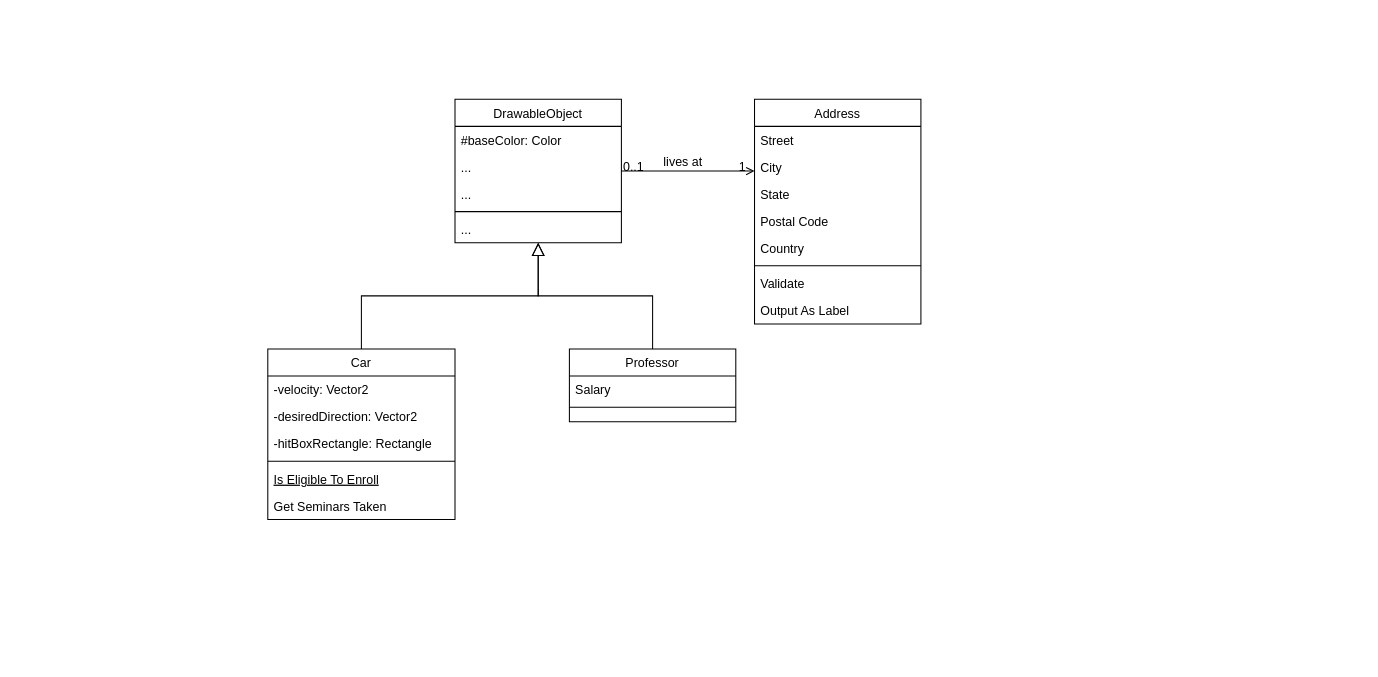
CommittingTreasonForGreatReason/NeuralNetwork2DCarController keeps this draw.io diagram as Class_Diagramm.drawio. Above is the earlier version. Source tidied: cells renumbered, new cells numbered last; positions are measured from the earlier drawing's top-left corner, leaving out a move shared by most shapes. Both pictures are drawn from the tidied source at 104%, with x=0, y=0 at pixel (267, 99).
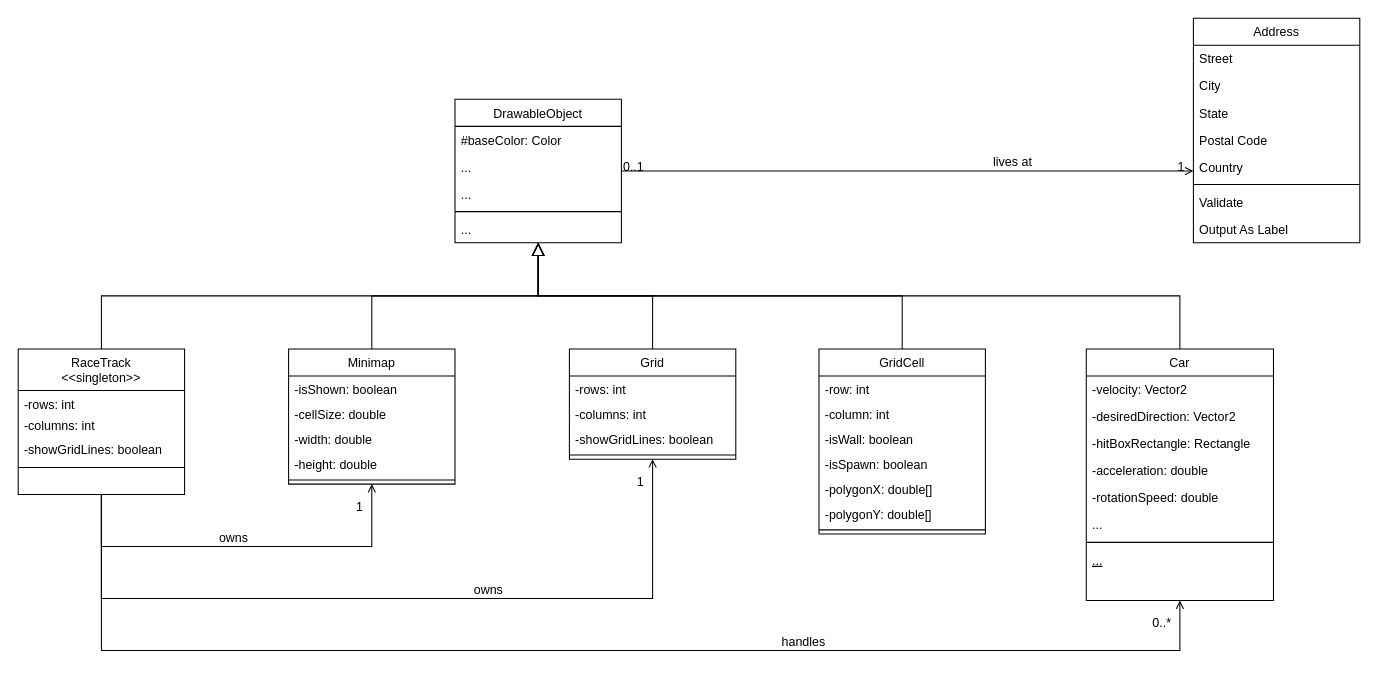
After the change.

Commit message (it also covers changes not shown here):
update class diagramm

The change refers to these unchanged cells:
```xml
<mxCell id="2" value="DrawableObject" style="swimlane;fontStyle=0;align=center;verticalAlign=top;horizontal=1;startSize=26;rounded=0;shadow=0;strokeWidth=1;" parent="1" vertex="1">
  <mxGeometry x="180" width="160" height="138" as="geometry" />
</mxCell>
```

Diff of the diagram source:
```diff
@@
     <mxCell id="8" value="Car" style="swimlane;fontStyle=0;align=center;verticalAlign=top;horizontal=1;startSize=26;rounded=0;shadow=0;strokeWidth=1;" parent="1" vertex="1">
-      <mxGeometry y="240" width="180" height="164" as="geometry" />
+      <mxGeometry x="787" y="240" width="180" height="242" as="geometry" />
     </mxCell>
@@
+    <mxCell id="33" value="-hitBoxRectangle: Rectangle" style="text;align=left;verticalAlign=top;spacingLeft=4;spacingRight=4;overflow=hidden;rounded=0;shadow=0;html=0;" parent="8" vertex="1">
+      <mxGeometry y="78" width="180" height="26" as="geometry" />
+    </mxCell>
+    <mxCell id="34" value="-acceleration: double" style="text;align=left;verticalAlign=top;spacingLeft=4;spacingRight=4;overflow=hidden;rounded=0;shadow=0;html=0;" parent="8" vertex="1">
+      <mxGeometry y="104" width="180" height="26" as="geometry" />
+    </mxCell>
+    <mxCell id="35" value="-rotationSpeed: double" style="text;align=left;verticalAlign=top;spacingLeft=4;spacingRight=4;overflow=hidden;rounded=0;shadow=0;html=0;" parent="8" vertex="1">
+      <mxGeometry y="130" width="180" height="26" as="geometry" />
+    </mxCell>
-    <mxCell id="11" value="-hitBoxRectangle: Rectangle" style="text;align=left;verticalAlign=top;spacingLeft=4;spacingRight=4;overflow=hidden;rounded=0;shadow=0;html=0;" parent="8" vertex="1">
-      <mxGeometry y="78" width="180" height="26" as="geometry" />
+    <mxCell id="11" value="..." style="text;align=left;verticalAlign=top;spacingLeft=4;spacingRight=4;overflow=hidden;rounded=0;shadow=0;html=0;" parent="8" vertex="1">
+      <mxGeometry y="156" width="180" height="26" as="geometry" />
     </mxCell>
     <mxCell id="12" style="line;html=1;strokeWidth=1;align=left;verticalAlign=middle;spacingTop=-1;spacingLeft=3;spacingRight=3;labelPosition=right;" parent="8" vertex="1">
-      <mxGeometry y="104" width="180" height="8" as="geometry" />
+      <mxGeometry y="182" width="180" height="8" as="geometry" />
     </mxCell>
-    <mxCell id="13" value="Is Eligible To Enroll" style="text;align=left;verticalAlign=top;spacingLeft=4;spacingRight=4;overflow=hidden;fontStyle=4;" parent="8" vertex="1">
-      <mxGeometry y="112" width="180" height="26" as="geometry" />
+    <mxCell id="13" value="..." style="text;align=left;verticalAlign=top;spacingLeft=4;spacingRight=4;overflow=hidden;fontStyle=4;" parent="8" vertex="1">
+      <mxGeometry y="190" width="180" height="26" as="geometry" />
     </mxCell>
-    <mxCell id="14" value="Get Seminars Taken" style="text;align=left;verticalAlign=top;spacingLeft=4;spacingRight=4;overflow=hidden;" parent="8" vertex="1">
-      <mxGeometry y="138" width="180" height="26" as="geometry" />
-    </mxCell>
@@
-    <mxCell id="16" value="Professor" style="swimlane;fontStyle=0;align=center;verticalAlign=top;horizontal=1;startSize=26;rounded=0;shadow=0;strokeWidth=1;" parent="1" vertex="1">
-      <mxGeometry x="290" y="240" width="160" height="70" as="geometry" />
+    <mxCell id="16" value="Grid" style="swimlane;fontStyle=0;align=center;verticalAlign=top;horizontal=1;startSize=26;rounded=0;shadow=0;strokeWidth=1;" parent="1" vertex="1">
+      <mxGeometry x="290" y="240" width="160" height="106" as="geometry" />
     </mxCell>
-    <mxCell id="17" value="Salary" style="text;align=left;verticalAlign=top;spacingLeft=4;spacingRight=4;overflow=hidden;" parent="16" vertex="1">
-      <mxGeometry y="26" width="160" height="26" as="geometry" />
+    <mxCell id="17" value="-rows: int" style="text;align=left;verticalAlign=top;spacingLeft=4;spacingRight=4;overflow=hidden;" parent="16" vertex="1">
+      <mxGeometry y="26" width="160" height="24" as="geometry" />
     </mxCell>
+    <mxCell id="36" value="-columns: int" style="text;align=left;verticalAlign=top;spacingLeft=4;spacingRight=4;overflow=hidden;" parent="16" vertex="1">
+      <mxGeometry y="50" width="160" height="24" as="geometry" />
+    </mxCell>
+    <mxCell id="37" value="-showGridLines: boolean" style="text;align=left;verticalAlign=top;spacingLeft=4;spacingRight=4;overflow=hidden;" parent="16" vertex="1">
+      <mxGeometry y="74" width="160" height="24" as="geometry" />
+    </mxCell>
     <mxCell id="18" style="line;html=1;strokeWidth=1;align=left;verticalAlign=middle;spacingTop=-1;spacingLeft=3;spacingRight=3;labelPosition=right;" parent="16" vertex="1">
-      <mxGeometry y="52" width="160" height="8" as="geometry" />
+      <mxGeometry y="98" width="160" height="8" as="geometry" />
     </mxCell>
@@
     <mxCell id="20" value="Address" style="swimlane;fontStyle=0;align=center;verticalAlign=top;horizontal=1;startSize=26;rounded=0;shadow=0;strokeWidth=1;" parent="1" vertex="1">
-      <mxGeometry x="468" width="160" height="216" as="geometry" />
+      <mxGeometry x="890" y="-78" width="160" height="216" as="geometry" />
     </mxCell>
@@
+    <mxCell id="38" value="GridCell&#10;" style="swimlane;fontStyle=0;align=center;verticalAlign=top;horizontal=1;startSize=26;rounded=0;shadow=0;strokeWidth=1;" parent="1" vertex="1">
+      <mxGeometry x="530" y="240" width="160" height="178" as="geometry" />
+    </mxCell>
+    <mxCell id="39" value="-row: int" style="text;align=left;verticalAlign=top;spacingLeft=4;spacingRight=4;overflow=hidden;" parent="38" vertex="1">
+      <mxGeometry y="26" width="160" height="24" as="geometry" />
+    </mxCell>
+    <mxCell id="40" value="-column: int" style="text;align=left;verticalAlign=top;spacingLeft=4;spacingRight=4;overflow=hidden;" parent="38" vertex="1">
+      <mxGeometry y="50" width="160" height="24" as="geometry" />
+    </mxCell>
+    <mxCell id="41" value="-isWall: boolean" style="text;align=left;verticalAlign=top;spacingLeft=4;spacingRight=4;overflow=hidden;" parent="38" vertex="1">
+      <mxGeometry y="74" width="160" height="24" as="geometry" />
+    </mxCell>
+    <mxCell id="42" value="-isSpawn: boolean" style="text;align=left;verticalAlign=top;spacingLeft=4;spacingRight=4;overflow=hidden;" parent="38" vertex="1">
+      <mxGeometry y="98" width="160" height="24" as="geometry" />
+    </mxCell>
+    <mxCell id="43" value="-polygonX: double[]" style="text;align=left;verticalAlign=top;spacingLeft=4;spacingRight=4;overflow=hidden;" parent="38" vertex="1">
+      <mxGeometry y="122" width="160" height="24" as="geometry" />
+    </mxCell>
+    <mxCell id="44" value="-polygonY: double[]" style="text;align=left;verticalAlign=top;spacingLeft=4;spacingRight=4;overflow=hidden;" parent="38" vertex="1">
+      <mxGeometry y="146" width="160" height="24" as="geometry" />
+    </mxCell>
+    <mxCell id="45" style="line;html=1;strokeWidth=1;align=left;verticalAlign=middle;spacingTop=-1;spacingLeft=3;spacingRight=3;labelPosition=right;" parent="38" vertex="1">
+      <mxGeometry y="170" width="160" height="8" as="geometry" />
+    </mxCell>
+    <mxCell id="46" style="endArrow=block;endSize=10;endFill=0;shadow=0;strokeWidth=1;rounded=0;edgeStyle=elbowEdgeStyle;elbow=vertical;" parent="1" edge="1" source="38" target="2">
+      <mxGeometry relative="1" as="geometry" />
+    </mxCell>
+    <mxCell id="47" value="Minimap" style="swimlane;fontStyle=0;align=center;verticalAlign=top;horizontal=1;startSize=26;rounded=0;shadow=0;strokeWidth=1;" parent="1" vertex="1">
+      <mxGeometry x="20" y="240" width="160" height="130" as="geometry" />
+    </mxCell>
+    <mxCell id="48" value="-isShown: boolean" style="text;align=left;verticalAlign=top;spacingLeft=4;spacingRight=4;overflow=hidden;" parent="47" vertex="1">
+      <mxGeometry y="26" width="160" height="24" as="geometry" />
+    </mxCell>
+    <mxCell id="49" value="-cellSize: double" style="text;align=left;verticalAlign=top;spacingLeft=4;spacingRight=4;overflow=hidden;" parent="47" vertex="1">
+      <mxGeometry y="50" width="160" height="24" as="geometry" />
+    </mxCell>
+    <mxCell id="50" value="-width: double" style="text;align=left;verticalAlign=top;spacingLeft=4;spacingRight=4;overflow=hidden;" parent="47" vertex="1">
+      <mxGeometry y="74" width="160" height="24" as="geometry" />
+    </mxCell>
+    <mxCell id="51" value="-height: double" style="text;align=left;verticalAlign=top;spacingLeft=4;spacingRight=4;overflow=hidden;" parent="47" vertex="1">
+      <mxGeometry y="98" width="160" height="24" as="geometry" />
+    </mxCell>
+    <mxCell id="52" style="line;html=1;strokeWidth=1;align=left;verticalAlign=middle;spacingTop=-1;spacingLeft=3;spacingRight=3;labelPosition=right;" parent="47" vertex="1">
+      <mxGeometry y="122" width="160" height="8" as="geometry" />
+    </mxCell>
+    <mxCell id="53" style="endArrow=block;endSize=10;endFill=0;shadow=0;strokeWidth=1;rounded=0;edgeStyle=elbowEdgeStyle;elbow=vertical;" parent="1" edge="1" source="47" target="2">
+      <mxGeometry relative="1" as="geometry" />
+    </mxCell>
+    <mxCell id="54" value="RaceTrack &#10;&lt;&lt;singleton&gt;&gt;" style="swimlane;fontStyle=0;align=center;verticalAlign=top;horizontal=1;startSize=40;rounded=0;shadow=0;strokeWidth=1;" parent="1" vertex="1">
+      <mxGeometry x="-240" y="240" width="160" height="140" as="geometry" />
+    </mxCell>
+    <mxCell id="55" value="-rows: int" style="text;align=left;verticalAlign=top;spacingLeft=4;spacingRight=4;overflow=hidden;" parent="54" vertex="1">
+      <mxGeometry y="40" width="160" height="20" as="geometry" />
+    </mxCell>
+    <mxCell id="56" value="-columns: int" style="text;align=left;verticalAlign=top;spacingLeft=4;spacingRight=4;overflow=hidden;" parent="54" vertex="1">
+      <mxGeometry y="60" width="160" height="24" as="geometry" />
+    </mxCell>
+    <mxCell id="57" value="-showGridLines: boolean" style="text;align=left;verticalAlign=top;spacingLeft=4;spacingRight=4;overflow=hidden;" parent="54" vertex="1">
+      <mxGeometry y="84" width="160" height="24" as="geometry" />
+    </mxCell>
+    <mxCell id="58" style="line;html=1;strokeWidth=1;align=left;verticalAlign=middle;spacingTop=-1;spacingLeft=3;spacingRight=3;labelPosition=right;" parent="54" vertex="1">
+      <mxGeometry y="108" width="160" height="12" as="geometry" />
+    </mxCell>
+    <mxCell id="59" style="endArrow=block;endSize=10;endFill=0;shadow=0;strokeWidth=1;rounded=0;edgeStyle=elbowEdgeStyle;elbow=vertical;" parent="1" edge="1" source="54" target="2">
+      <mxGeometry relative="1" as="geometry" />
+    </mxCell>
+    <mxCell id="60" style="endArrow=open;shadow=0;strokeWidth=1;rounded=0;endFill=1;edgeStyle=elbowEdgeStyle;elbow=vertical;" parent="1" edge="1" source="54" target="47">
+      <mxGeometry x="0.5" y="41" relative="1" as="geometry">
+        <Array as="points">
+          <mxPoint x="-30" y="430" />
+        </Array>
+        <mxPoint x="-40" y="32" as="offset" />
+      </mxGeometry>
+    </mxCell>
+    <mxCell id="61" style="align=left;verticalAlign=bottom;labelBackgroundColor=none;fontSize=12;" parent="60" vertex="1">
+      <mxGeometry x="-1" relative="1" as="geometry">
+        <mxPoint y="20" as="offset" />
+      </mxGeometry>
+    </mxCell>
+    <mxCell id="62" value="1" style="align=right;verticalAlign=bottom;labelBackgroundColor=none;fontSize=12;" parent="60" vertex="1">
+      <mxGeometry x="1" relative="1" as="geometry">
+        <mxPoint x="-7" y="30" as="offset" />
+      </mxGeometry>
+    </mxCell>
+    <mxCell id="63" value="owns" style="text;html=1;align=center;verticalAlign=middle;labelBackgroundColor=none;rounded=0;shadow=0;strokeWidth=1;fontSize=12;" parent="60" vertex="1">
+      <mxGeometry x="0.5" y="49" relative="1" as="geometry">
+        <mxPoint x="-102" y="40" as="offset" />
+      </mxGeometry>
+    </mxCell>
+    <mxCell id="64" style="endArrow=open;shadow=0;strokeWidth=1;rounded=0;endFill=1;edgeStyle=elbowEdgeStyle;elbow=vertical;" parent="1" edge="1" source="54" target="16">
+      <mxGeometry x="0.5" y="41" relative="1" as="geometry">
+        <Array as="points">
+          <mxPoint x="110" y="480" />
+        </Array>
+        <mxPoint x="-40" y="32" as="offset" />
+      </mxGeometry>
+    </mxCell>
+    <mxCell id="65" style="align=left;verticalAlign=bottom;labelBackgroundColor=none;fontSize=12;" parent="64" vertex="1">
+      <mxGeometry x="-1" relative="1" as="geometry">
+        <mxPoint y="20" as="offset" />
+      </mxGeometry>
+    </mxCell>
+    <mxCell id="66" value="1" style="align=right;verticalAlign=bottom;labelBackgroundColor=none;fontSize=12;" parent="64" vertex="1">
+      <mxGeometry x="1" relative="1" as="geometry">
+        <mxPoint x="-7" y="30" as="offset" />
+      </mxGeometry>
+    </mxCell>
+    <mxCell id="67" value="owns" style="text;html=1;align=center;verticalAlign=middle;labelBackgroundColor=none;rounded=0;shadow=0;strokeWidth=1;fontSize=12;" parent="64" vertex="1">
+      <mxGeometry x="0.5" y="49" relative="1" as="geometry">
+        <mxPoint x="-102" y="40" as="offset" />
+      </mxGeometry>
+    </mxCell>
+    <mxCell id="68" style="endArrow=open;shadow=0;strokeWidth=1;rounded=0;endFill=1;edgeStyle=elbowEdgeStyle;elbow=vertical;" parent="1" edge="1" source="54" target="8">
+      <mxGeometry x="0.5" y="41" relative="1" as="geometry">
+        <Array as="points">
+          <mxPoint x="360" y="530" />
+        </Array>
+        <mxPoint x="-40" y="32" as="offset" />
+      </mxGeometry>
+    </mxCell>
+    <mxCell id="69" style="align=left;verticalAlign=bottom;labelBackgroundColor=none;fontSize=12;" parent="68" vertex="1">
+      <mxGeometry x="-1" relative="1" as="geometry">
+        <mxPoint y="20" as="offset" />
+      </mxGeometry>
+    </mxCell>
+    <mxCell id="70" value="0..*" style="align=right;verticalAlign=bottom;labelBackgroundColor=none;fontSize=12;" parent="68" vertex="1">
+      <mxGeometry x="1" relative="1" as="geometry">
+        <mxPoint x="-7" y="30" as="offset" />
+      </mxGeometry>
+    </mxCell>
+    <mxCell id="71" value="handles" style="text;html=1;align=center;verticalAlign=middle;labelBackgroundColor=none;rounded=0;shadow=0;strokeWidth=1;fontSize=12;" parent="68" vertex="1">
+      <mxGeometry x="0.5" y="49" relative="1" as="geometry">
+        <mxPoint x="-102" y="40" as="offset" />
+      </mxGeometry>
+    </mxCell>
```
